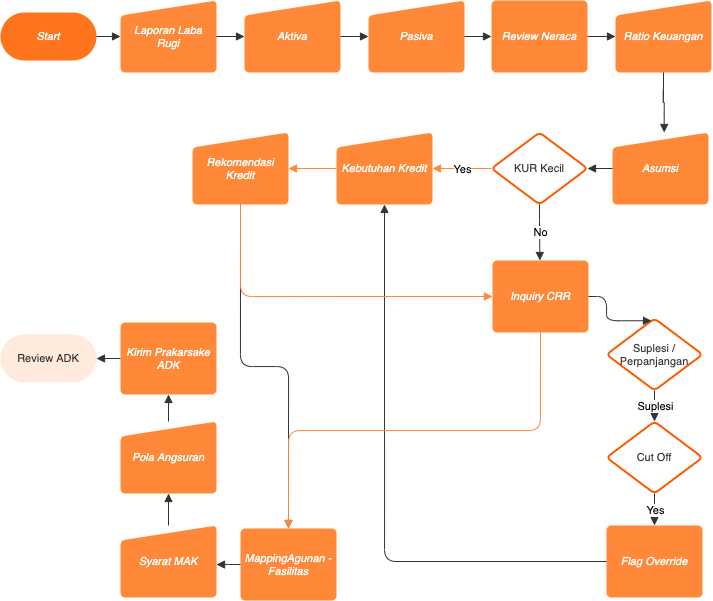
Above: suplesi_perpanjangan_web-prakarsa suplesi perpanjangan web.png in icdelight/flowchart (draw.io), before the change. Source tidied: cells renumbered, new cells last; positions are measured from the earlier drawing's top-left corner, leaving out a move shared by most shapes.
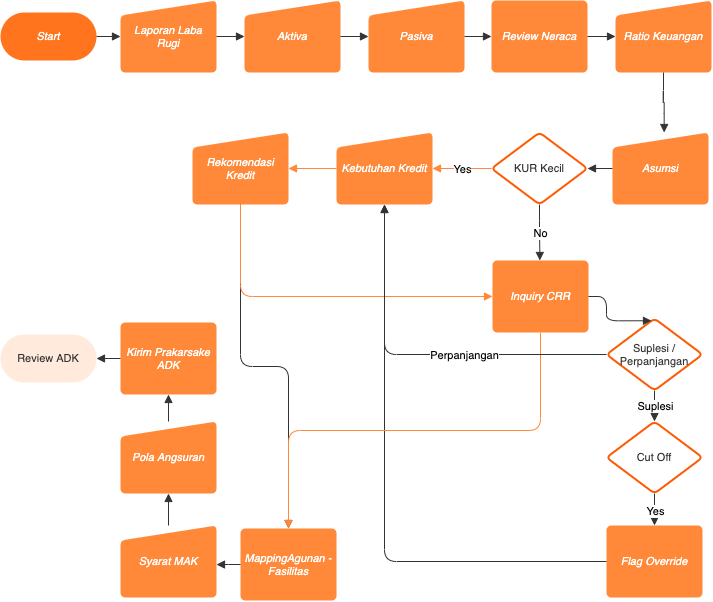
The same file after the commit.

The edit, as a diff of the source:
```diff
@@ -134,5 +134,11 @@
     <mxCell id="45" style="html=1;jettySize=18;fontSize=11;strokeColor=#ff8839;strokeOpacity=100;rounded=1;arcSize=24;edgeStyle=orthogonalEdgeStyle;endArrow=block;endFill=1;exitX=0.5;exitY=1;exitPerimeter=1;entryX=0.5;entryY=0;entryPerimeter=1;" parent="1" edge="1" source="17" target="15">
       <mxGeometry relative="1" as="geometry" />
     </mxCell>
+    <mxCell id="46" style="html=1;jettySize=18;fontSize=11;fontColor=#333333;align=center;strokeColor=#333333;strokeOpacity=100;rounded=1;arcSize=24;edgeStyle=orthogonalEdgeStyle;startArrow=none;endArrow=block;endFill=1;exitX=0.011610882875622596;exitY=0.5;exitPerimeter=1;entryX=0.5;entryY=1;entryPerimeter=1;" parent="1" edge="1" source="25" target="11">
+      <mxGeometry relative="1" as="geometry" />
+    </mxCell>
+    <mxCell id="47" value="Perpanjangan" style="text;html=1;labelBackgroundColor=#ffffff;align=center;verticalAlign=middle;fontSize=11;" parent="46" vertex="1">
+      <mxGeometry x="-0.23" relative="1" as="geometry" />
+    </mxCell>
   </root>
 </mxGraphModel>
```
